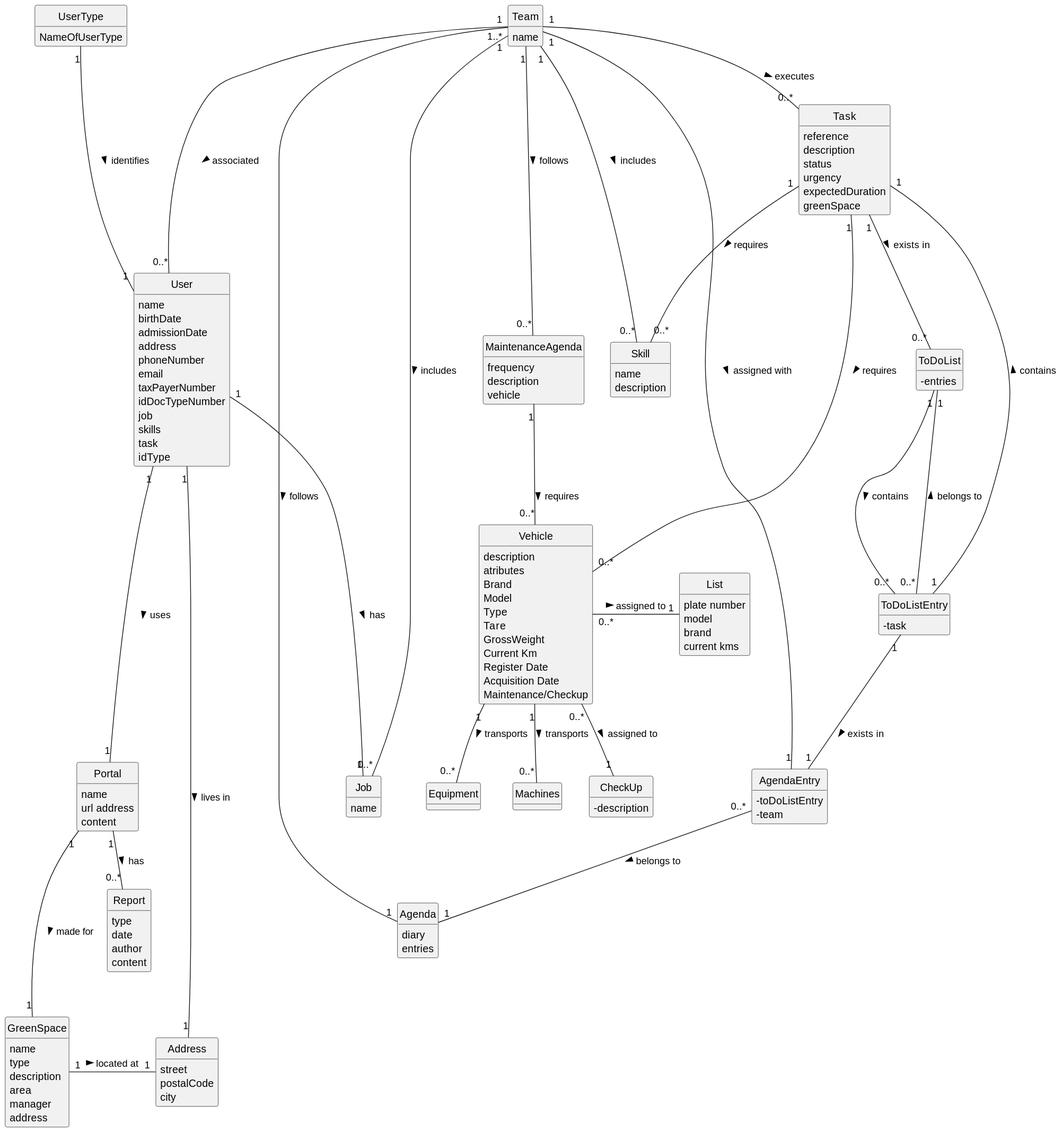
Above: docs/sprintC/global-artifacts/02.analysis/svg/project-domain-model.svg in rpedros02/lei-24-s2-1DL-g08 (PlantUML), before the change.
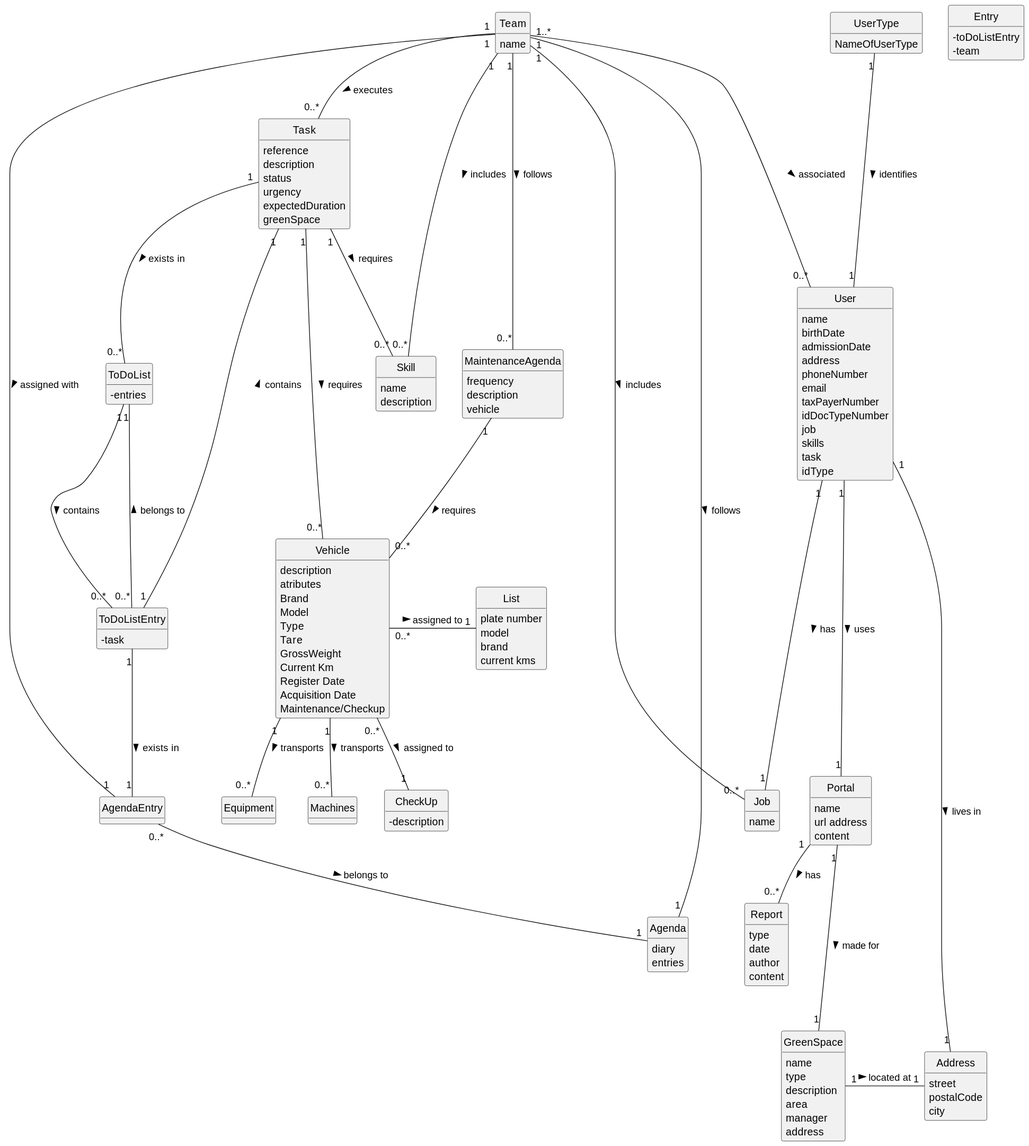
Above is the later version.

Commit message:
domainm model update and pprog javaFX

What changed in the source:
```diff
@@ -121,11 +121,23 @@
     -entries
 }
 
-class AgendaEntry {
+class Entry {
     -toDoListEntry
     -team
 }
 
+Team "1" -- "0..*" Task : executes >
+Team "1" -- "0..*" Job : includes >
+Team "1" --- "0..*" User: associated >
+Team "1" -- "0..*" Skill : includes >
+Team "1" --- "0..*" MaintenanceAgenda: follows >
+Portal "1" --- "1" GreenSpace: made for >
+Portal "1" -- "0..*" Report: has >
+MaintenanceAgenda "1" -- "0..*" Vehicle : requires >
+Vehicle"0..*" -- "1" CheckUp: assigned to >
+Vehicle "0..*" - "1" List: assigned to >
+Vehicle "1" -- "0..*" Equipment : transports >
+Vehicle "1" -- "0..*" Machines : transports >
 UserType "1" --- "1" User: identifies >
 User "1" --- "1" Portal: uses >
 User "1" --- "1" Address: lives in >
@@ -133,18 +145,6 @@
 Task "1" -- "0..*" Skill: requires >
 Task "1" -- "0..*" Vehicle : requires >
 GreenSpace "1" - "1" Address: located at >
-Portal "1" --- "1" GreenSpace: made for >
-Portal "1" -- "0..*" Report: has >
-Team "1" -- "0..*" Task : executes >
-Team "1" -- "0..*" Job : includes >
-Team "1" --- "0..*" User: associated >
-Team "1" -- "0..*" Skill : includes >
-Team "1" --- "0..*" MaintenanceAgenda: follows >
-MaintenanceAgenda "1" -- "0..*" Vehicle : requires >
-Vehicle"0..*" -- "1" CheckUp: assigned to >
-Vehicle "0..*" - "1" List: assigned to >
-Vehicle "1" -- "0..*" Equipment : transports >
-Vehicle "1" -- "0..*" Machines : transports >
 Task "1" -- "0..*" ToDoList : exists in >
 ToDoList "1" -- "0..*" ToDoListEntry : contains >
 ToDoListEntry "1" -- "1" Task : contains >
```
